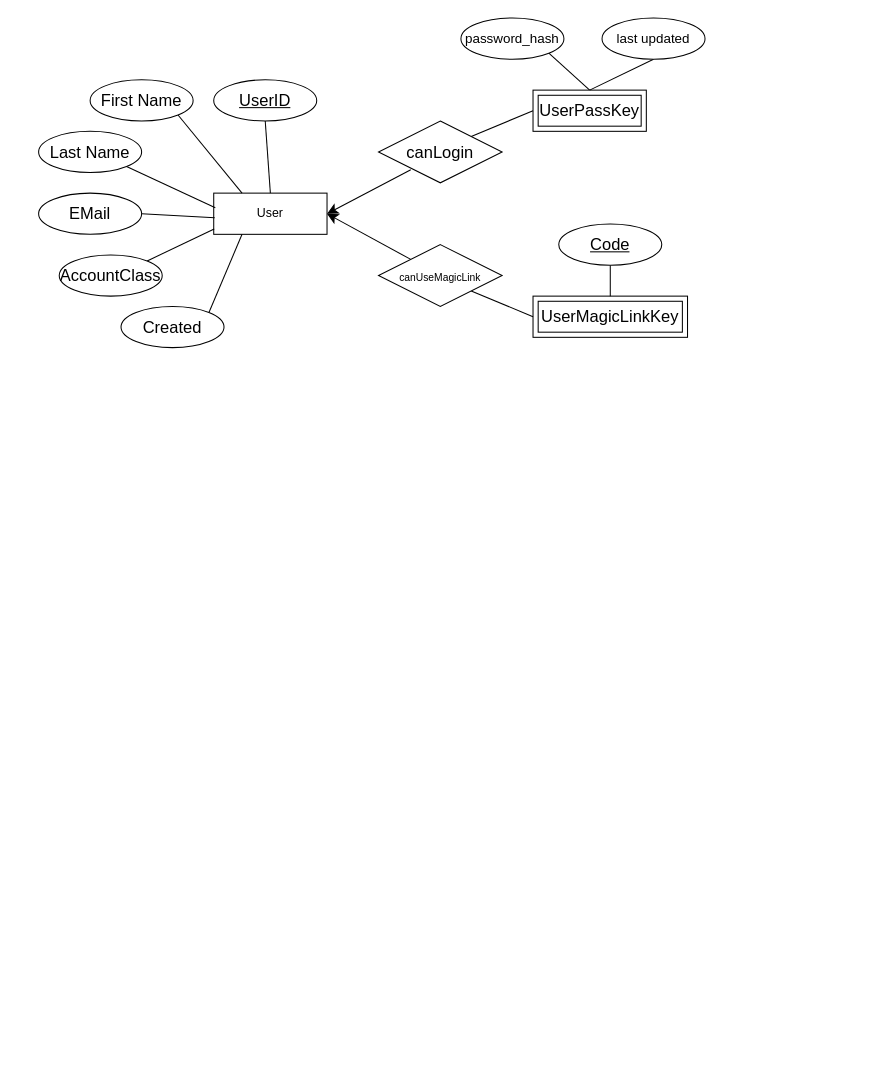
Above: er.drawio in Bloeckchengrafik/School-Ticket-System (draw.io), before the change. Source tidied: cells renumbered, new cells numbered last; positions are measured from the earlier drawing's top-left corner, leaving out a move shared by most shapes. Both pictures are drawn from the tidied source at 103%, with x=0, y=0 at pixel (38, 18).
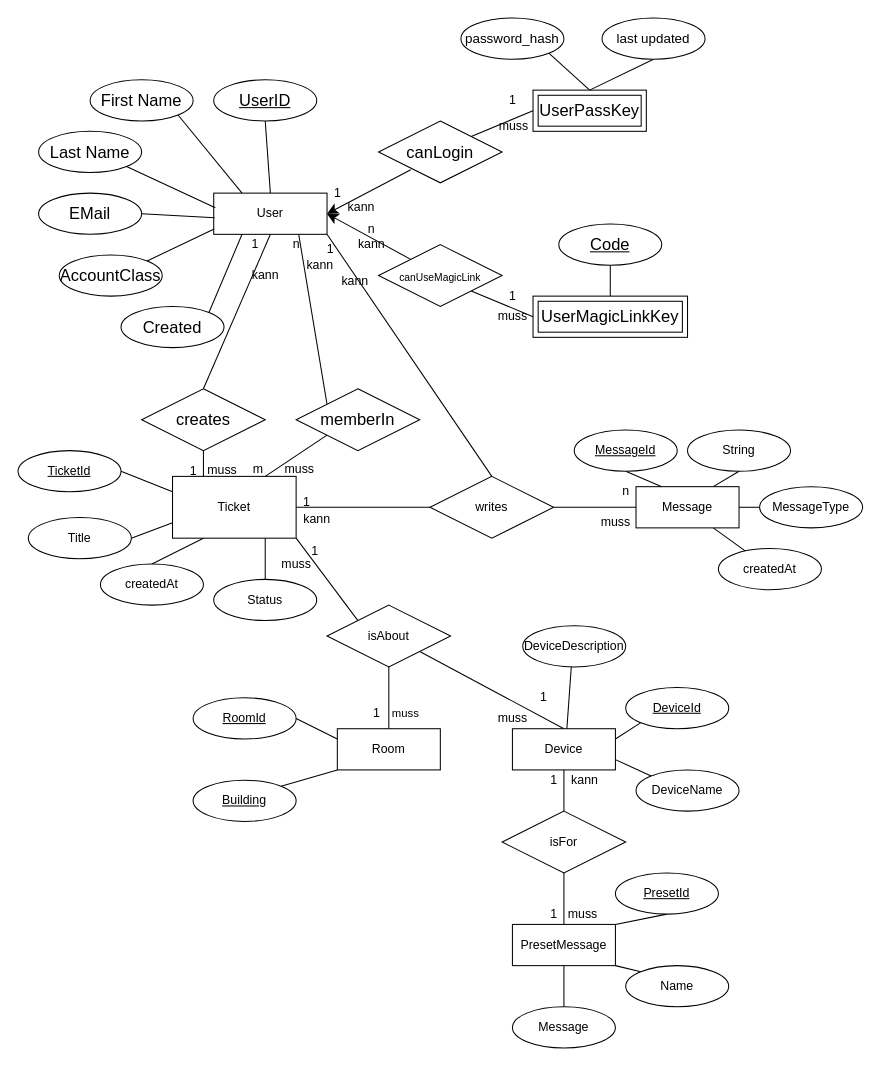
The same page after the edit.

The change refers to these unchanged cells:
```xml
<mxCell id="2" value="User" style="rounded=0;whiteSpace=wrap;html=1;" parent="1" vertex="1">
  <mxGeometry x="170" y="170" width="110" height="40" as="geometry" />
</mxCell>
```

The edit, as a diff of the source:
```diff
@@
+    <mxCell id="29" style="edgeStyle=none;rounded=0;jettySize=auto;html=1;exitX=0.5;exitY=1;exitDx=0;exitDy=0;entryX=0.5;entryY=0;entryDx=0;entryDy=0;endArrow=none;endFill=0;" parent="1" edge="1" source="2" target="44">
+      <mxGeometry relative="1" as="geometry" />
+    </mxCell>
+    <mxCell id="30" style="edgeStyle=none;rounded=0;jettySize=auto;html=1;exitX=0.75;exitY=1;exitDx=0;exitDy=0;entryX=0;entryY=0;entryDx=0;entryDy=0;endArrow=none;endFill=0;" parent="1" edge="1" source="2" target="46">
+      <mxGeometry relative="1" as="geometry" />
+    </mxCell>
+    <mxCell id="31" style="edgeStyle=none;rounded=0;jettySize=auto;html=1;exitX=1;exitY=1;exitDx=0;exitDy=0;entryX=0.5;entryY=0;entryDx=0;entryDy=0;endArrow=none;endFill=0;" parent="1" edge="1" source="2" target="48">
+      <mxGeometry relative="1" as="geometry" />
+    </mxCell>
@@
+    <mxCell id="32" style="edgeStyle=none;rounded=0;jettySize=auto;html=1;exitX=1;exitY=0.5;exitDx=0;exitDy=0;entryX=0;entryY=0.5;entryDx=0;entryDy=0;endArrow=none;endFill=0;" parent="1" edge="1" source="34" target="48">
+      <mxGeometry relative="1" as="geometry" />
+    </mxCell>
+    <mxCell id="33" style="edgeStyle=none;rounded=0;jettySize=auto;html=1;exitX=1;exitY=1;exitDx=0;exitDy=0;entryX=0;entryY=0;entryDx=0;entryDy=0;endArrow=none;endFill=0;" parent="1" edge="1" source="34" target="60">
+      <mxGeometry relative="1" as="geometry" />
+    </mxCell>
+    <mxCell id="34" value="Ticket" style="rounded=0;whiteSpace=wrap;html=1;" parent="1" vertex="1">
+      <mxGeometry x="130" y="445" width="120" height="60" as="geometry" />
+    </mxCell>
+    <mxCell id="35" style="rounded=0;jettySize=auto;html=1;exitX=1;exitY=0.5;exitDx=0;exitDy=0;entryX=0;entryY=0.25;entryDx=0;entryDy=0;endArrow=none;endFill=0;" parent="1" edge="1" source="36" target="34">
+      <mxGeometry relative="1" as="geometry" />
+    </mxCell>
+    <mxCell id="36" value="TicketId" style="ellipse;whiteSpace=wrap;html=1;align=center;fontStyle=4;" parent="1" vertex="1">
+      <mxGeometry x="-20" y="420" width="100" height="40" as="geometry" />
+    </mxCell>
+    <mxCell id="37" style="edgeStyle=none;rounded=0;jettySize=auto;html=1;exitX=1;exitY=0.5;exitDx=0;exitDy=0;entryX=0;entryY=0.75;entryDx=0;entryDy=0;endArrow=none;endFill=0;" parent="1" edge="1" source="38" target="34">
+      <mxGeometry relative="1" as="geometry" />
+    </mxCell>
+    <mxCell id="38" value="Title" style="ellipse;whiteSpace=wrap;html=1;align=center;" parent="1" vertex="1">
+      <mxGeometry x="-10" y="485" width="100" height="40" as="geometry" />
+    </mxCell>
+    <mxCell id="39" style="edgeStyle=none;rounded=0;jettySize=auto;html=1;exitX=0.5;exitY=0;exitDx=0;exitDy=0;entryX=0.25;entryY=1;entryDx=0;entryDy=0;endArrow=none;endFill=0;" parent="1" edge="1" source="40" target="34">
+      <mxGeometry relative="1" as="geometry" />
+    </mxCell>
+    <mxCell id="40" value="createdAt" style="ellipse;whiteSpace=wrap;html=1;align=center;" parent="1" vertex="1">
+      <mxGeometry x="60" y="530" width="100" height="40" as="geometry" />
+    </mxCell>
+    <mxCell id="41" style="edgeStyle=none;rounded=0;jettySize=auto;html=1;exitX=0.5;exitY=0;exitDx=0;exitDy=0;entryX=0.75;entryY=1;entryDx=0;entryDy=0;endArrow=none;endFill=0;" parent="1" edge="1" source="42" target="34">
+      <mxGeometry relative="1" as="geometry" />
+    </mxCell>
+    <mxCell id="42" value="Status" style="ellipse;whiteSpace=wrap;html=1;align=center;" parent="1" vertex="1">
+      <mxGeometry x="170" y="545" width="100" height="40" as="geometry" />
+    </mxCell>
+    <mxCell id="43" style="edgeStyle=none;rounded=0;jettySize=auto;html=1;exitX=0.5;exitY=1;exitDx=0;exitDy=0;entryX=0.25;entryY=0;entryDx=0;entryDy=0;endArrow=none;endFill=0;" parent="1" edge="1" source="44" target="34">
+      <mxGeometry relative="1" as="geometry" />
+    </mxCell>
+    <mxCell id="44" value="creates" style="shape=rhombus;perimeter=rhombusPerimeter;whiteSpace=wrap;html=1;align=center;fontSize=16;" parent="1" vertex="1">
+      <mxGeometry x="100" y="360" width="120" height="60" as="geometry" />
+    </mxCell>
+    <mxCell id="45" style="edgeStyle=none;rounded=0;jettySize=auto;html=1;exitX=0;exitY=1;exitDx=0;exitDy=0;entryX=0.75;entryY=0;entryDx=0;entryDy=0;endArrow=none;endFill=0;" parent="1" edge="1" source="46" target="34">
+      <mxGeometry relative="1" as="geometry" />
+    </mxCell>
+    <mxCell id="46" value="memberIn" style="shape=rhombus;perimeter=rhombusPerimeter;whiteSpace=wrap;html=1;align=center;fontSize=16;" parent="1" vertex="1">
+      <mxGeometry x="250" y="360" width="120" height="60" as="geometry" />
+    </mxCell>
+    <mxCell id="47" style="edgeStyle=none;rounded=0;jettySize=auto;html=1;exitX=1;exitY=0.5;exitDx=0;exitDy=0;entryX=0;entryY=0.5;entryDx=0;entryDy=0;endArrow=none;endFill=0;" parent="1" edge="1" source="48" target="52">
+      <mxGeometry relative="1" as="geometry" />
+    </mxCell>
+    <mxCell id="48" value="writes" style="shape=rhombus;perimeter=rhombusPerimeter;whiteSpace=wrap;html=1;align=center;" parent="1" vertex="1">
+      <mxGeometry x="380" y="445" width="120" height="60" as="geometry" />
+    </mxCell>
+    <mxCell id="49" style="edgeStyle=none;rounded=0;jettySize=auto;html=1;exitX=0.75;exitY=0;exitDx=0;exitDy=0;entryX=0.5;entryY=1;entryDx=0;entryDy=0;endArrow=none;endFill=0;" parent="1" edge="1" source="52" target="55">
+      <mxGeometry relative="1" as="geometry" />
+    </mxCell>
+    <mxCell id="50" style="edgeStyle=none;rounded=0;jettySize=auto;html=1;exitX=1;exitY=0.5;exitDx=0;exitDy=0;entryX=0;entryY=0.5;entryDx=0;entryDy=0;endArrow=none;endFill=0;" parent="1" edge="1" source="52" target="56">
+      <mxGeometry relative="1" as="geometry" />
+    </mxCell>
+    <mxCell id="51" style="rounded=0;jettySize=auto;html=1;exitX=0.75;exitY=1;exitDx=0;exitDy=0;entryX=0.31;entryY=0.15;entryDx=0;entryDy=0;entryPerimeter=0;endArrow=none;endFill=0;" parent="1" edge="1" source="52" target="115">
+      <mxGeometry relative="1" as="geometry" />
+    </mxCell>
+    <mxCell id="52" value="Message" style="whiteSpace=wrap;html=1;align=center;" parent="1" vertex="1">
+      <mxGeometry x="580" y="455" width="100" height="40" as="geometry" />
+    </mxCell>
+    <mxCell id="53" style="edgeStyle=none;rounded=0;jettySize=auto;html=1;exitX=0.5;exitY=1;exitDx=0;exitDy=0;entryX=0.25;entryY=0;entryDx=0;entryDy=0;endArrow=none;endFill=0;" parent="1" edge="1" source="54" target="52">
+      <mxGeometry relative="1" as="geometry" />
+    </mxCell>
+    <mxCell id="54" value="MessageId" style="ellipse;whiteSpace=wrap;html=1;align=center;fontStyle=4;" parent="1" vertex="1">
+      <mxGeometry x="520" y="400" width="100" height="40" as="geometry" />
+    </mxCell>
+    <mxCell id="55" value="String" style="ellipse;whiteSpace=wrap;html=1;align=center;" parent="1" vertex="1">
+      <mxGeometry x="630" y="400" width="100" height="40" as="geometry" />
+    </mxCell>
+    <mxCell id="56" value="MessageType" style="ellipse;whiteSpace=wrap;html=1;align=center;" parent="1" vertex="1">
+      <mxGeometry x="700" y="455" width="100" height="40" as="geometry" />
+    </mxCell>
+    <mxCell id="57" style="edgeStyle=none;rounded=0;jettySize=auto;html=1;exitX=0.5;exitY=1;exitDx=0;exitDy=0;entryX=0.5;entryY=0;entryDx=0;entryDy=0;endArrow=none;endFill=0;" parent="1" edge="1" source="60" target="63">
+      <mxGeometry relative="1" as="geometry" />
+    </mxCell>
+    <mxCell id="58" value="muss" style="edgeLabel;html=1;align=center;verticalAlign=middle;" parent="57" vertex="1">
+      <mxGeometry x="0.45" y="5" relative="1" as="geometry">
+        <mxPoint x="10" as="offset" />
+      </mxGeometry>
+    </mxCell>
+    <mxCell id="59" style="edgeStyle=none;rounded=0;jettySize=auto;html=1;exitX=1;exitY=1;exitDx=0;exitDy=0;entryX=0.5;entryY=0;entryDx=0;entryDy=0;endArrow=none;endFill=0;" parent="1" edge="1" source="60" target="70">
+      <mxGeometry relative="1" as="geometry" />
+    </mxCell>
+    <mxCell id="60" value="isAbout" style="shape=rhombus;perimeter=rhombusPerimeter;whiteSpace=wrap;html=1;align=center;" parent="1" vertex="1">
+      <mxGeometry x="280" y="570" width="120" height="60" as="geometry" />
+    </mxCell>
+    <mxCell id="61" style="edgeStyle=none;rounded=0;jettySize=auto;html=1;exitX=0;exitY=1;exitDx=0;exitDy=0;entryX=1;entryY=0;entryDx=0;entryDy=0;endArrow=none;endFill=0;" parent="1" edge="1" source="63" target="65">
+      <mxGeometry relative="1" as="geometry" />
+    </mxCell>
+    <mxCell id="62" style="edgeStyle=none;rounded=0;jettySize=auto;html=1;exitX=0;exitY=0.25;exitDx=0;exitDy=0;entryX=1;entryY=0.5;entryDx=0;entryDy=0;endArrow=none;endFill=0;" parent="1" edge="1" source="63" target="64">
+      <mxGeometry relative="1" as="geometry" />
+    </mxCell>
+    <mxCell id="63" value="Room" style="whiteSpace=wrap;html=1;align=center;" parent="1" vertex="1">
+      <mxGeometry x="290" y="690" width="100" height="40" as="geometry" />
+    </mxCell>
+    <mxCell id="64" value="RoomId" style="ellipse;whiteSpace=wrap;html=1;align=center;fontStyle=4;" parent="1" vertex="1">
+      <mxGeometry x="150" y="660" width="100" height="40" as="geometry" />
+    </mxCell>
+    <mxCell id="65" value="Building" style="ellipse;whiteSpace=wrap;html=1;align=center;fontStyle=4;" parent="1" vertex="1">
+      <mxGeometry x="150" y="740" width="100" height="40" as="geometry" />
+    </mxCell>
+    <mxCell id="66" style="edgeStyle=none;rounded=0;jettySize=auto;html=1;exitX=0.5;exitY=1;exitDx=0;exitDy=0;entryX=0.5;entryY=0;entryDx=0;entryDy=0;endArrow=none;endFill=0;" parent="1" edge="1" source="70" target="73">
+      <mxGeometry relative="1" as="geometry" />
+    </mxCell>
+    <mxCell id="67" style="edgeStyle=none;rounded=0;jettySize=auto;html=1;exitX=1;exitY=0.75;exitDx=0;exitDy=0;entryX=0;entryY=0;entryDx=0;entryDy=0;endArrow=none;endFill=0;" parent="1" edge="1" source="70" target="72">
+      <mxGeometry relative="1" as="geometry" />
+    </mxCell>
+    <mxCell id="68" style="edgeStyle=none;rounded=0;jettySize=auto;html=1;exitX=1;exitY=0.25;exitDx=0;exitDy=0;entryX=0;entryY=1;entryDx=0;entryDy=0;endArrow=none;endFill=0;" parent="1" edge="1" source="70" target="71">
+      <mxGeometry relative="1" as="geometry" />
+    </mxCell>
+    <mxCell id="69" style="edgeStyle=none;rounded=0;jettySize=auto;html=1;exitX=0.5;exitY=1;exitDx=0;exitDy=0;entryX=0.5;entryY=0;entryDx=0;entryDy=0;endArrow=none;endFill=0;" parent="1" edge="1" source="70" target="79">
+      <mxGeometry relative="1" as="geometry" />
+    </mxCell>
+    <mxCell id="70" value="Device" style="whiteSpace=wrap;html=1;align=center;" parent="1" vertex="1">
+      <mxGeometry x="460" y="690" width="100" height="40" as="geometry" />
+    </mxCell>
+    <mxCell id="71" value="DeviceId" style="ellipse;whiteSpace=wrap;html=1;align=center;fontStyle=4;" parent="1" vertex="1">
+      <mxGeometry x="570" y="650" width="100" height="40" as="geometry" />
+    </mxCell>
+    <mxCell id="72" value="DeviceName" style="ellipse;whiteSpace=wrap;html=1;align=center;" parent="1" vertex="1">
+      <mxGeometry x="580" y="730" width="100" height="40" as="geometry" />
+    </mxCell>
+    <mxCell id="73" value="DeviceDescription" style="ellipse;whiteSpace=wrap;html=1;align=center;" parent="1" vertex="1">
+      <mxGeometry x="470" y="590" width="100" height="40" as="geometry" />
+    </mxCell>
+    <mxCell id="74" style="edgeStyle=none;rounded=0;jettySize=auto;html=1;exitX=1;exitY=0;exitDx=0;exitDy=0;entryX=0.5;entryY=1;entryDx=0;entryDy=0;endArrow=none;endFill=0;" parent="1" edge="1" source="77" target="80">
+      <mxGeometry relative="1" as="geometry" />
+    </mxCell>
+    <mxCell id="75" style="edgeStyle=none;rounded=0;jettySize=auto;html=1;exitX=1;exitY=1;exitDx=0;exitDy=0;entryX=0;entryY=0;entryDx=0;entryDy=0;endArrow=none;endFill=0;" parent="1" edge="1" source="77" target="81">
+      <mxGeometry relative="1" as="geometry" />
+    </mxCell>
+    <mxCell id="76" style="edgeStyle=none;rounded=0;jettySize=auto;html=1;exitX=0.5;exitY=1;exitDx=0;exitDy=0;entryX=0.5;entryY=0;entryDx=0;entryDy=0;endArrow=none;endFill=0;" parent="1" edge="1" source="77" target="82">
+      <mxGeometry relative="1" as="geometry" />
+    </mxCell>
+    <mxCell id="77" value="PresetMessage" style="whiteSpace=wrap;html=1;align=center;" parent="1" vertex="1">
+      <mxGeometry x="460" y="880" width="100" height="40" as="geometry" />
+    </mxCell>
+    <mxCell id="78" style="edgeStyle=none;rounded=0;jettySize=auto;html=1;exitX=0.5;exitY=1;exitDx=0;exitDy=0;entryX=0.5;entryY=0;entryDx=0;entryDy=0;endArrow=none;endFill=0;" parent="1" edge="1" source="79" target="77">
+      <mxGeometry relative="1" as="geometry" />
+    </mxCell>
+    <mxCell id="79" value="isFor" style="shape=rhombus;perimeter=rhombusPerimeter;whiteSpace=wrap;html=1;align=center;" parent="1" vertex="1">
+      <mxGeometry x="450" y="770" width="120" height="60" as="geometry" />
+    </mxCell>
+    <mxCell id="80" value="PresetId" style="ellipse;whiteSpace=wrap;html=1;align=center;fontStyle=4;" parent="1" vertex="1">
+      <mxGeometry x="560" y="830" width="100" height="40" as="geometry" />
+    </mxCell>
+    <mxCell id="81" value="Name" style="ellipse;whiteSpace=wrap;html=1;align=center;" parent="1" vertex="1">
+      <mxGeometry x="570" y="920" width="100" height="40" as="geometry" />
+    </mxCell>
+    <mxCell id="82" value="Message" style="ellipse;whiteSpace=wrap;html=1;align=center;" parent="1" vertex="1">
+      <mxGeometry x="460" y="960" width="100" height="40" as="geometry" />
+    </mxCell>
+    <mxCell id="83" value="1" style="text;html=1;align=center;verticalAlign=middle;strokeColor=none;fillColor=none;" parent="1" vertex="1">
+      <mxGeometry x="275" y="155" width="30" height="30" as="geometry" />
+    </mxCell>
+    <mxCell id="84" value="1" style="text;html=1;align=center;verticalAlign=middle;strokeColor=none;fillColor=none;" parent="1" vertex="1">
+      <mxGeometry x="445" y="65" width="30" height="30" as="geometry" />
+    </mxCell>
+    <mxCell id="85" value="kann" style="text;html=1;align=center;verticalAlign=middle;strokeColor=none;fillColor=none;" parent="1" vertex="1">
+      <mxGeometry x="288" y="169" width="50" height="30" as="geometry" />
+    </mxCell>
+    <mxCell id="86" value="muss" style="text;html=1;align=center;verticalAlign=middle;strokeColor=none;fillColor=none;" parent="1" vertex="1">
+      <mxGeometry x="436" y="90" width="50" height="30" as="geometry" />
+    </mxCell>
+    <mxCell id="87" value="n" style="text;html=1;align=center;verticalAlign=middle;strokeColor=none;fillColor=none;" parent="1" vertex="1">
+      <mxGeometry x="308" y="190" width="30" height="30" as="geometry" />
+    </mxCell>
+    <mxCell id="88" value="kann" style="text;html=1;align=center;verticalAlign=middle;strokeColor=none;fillColor=none;" parent="1" vertex="1">
+      <mxGeometry x="298" y="205" width="50" height="30" as="geometry" />
+    </mxCell>
+    <mxCell id="89" value="1" style="text;html=1;align=center;verticalAlign=middle;strokeColor=none;fillColor=none;" parent="1" vertex="1">
+      <mxGeometry x="445" y="255" width="30" height="30" as="geometry" />
+    </mxCell>
+    <mxCell id="90" value="muss" style="text;html=1;align=center;verticalAlign=middle;strokeColor=none;fillColor=none;" parent="1" vertex="1">
+      <mxGeometry x="435" y="275" width="50" height="30" as="geometry" />
+    </mxCell>
+    <mxCell id="91" value="1" style="text;html=1;align=center;verticalAlign=middle;strokeColor=none;fillColor=none;" parent="1" vertex="1">
+      <mxGeometry x="195" y="205" width="30" height="30" as="geometry" />
+    </mxCell>
+    <mxCell id="92" value="kann" style="text;html=1;align=center;verticalAlign=middle;strokeColor=none;fillColor=none;" parent="1" vertex="1">
+      <mxGeometry x="195" y="235" width="50" height="30" as="geometry" />
+    </mxCell>
+    <mxCell id="93" value="n" style="text;html=1;align=center;verticalAlign=middle;strokeColor=none;fillColor=none;" parent="1" vertex="1">
+      <mxGeometry x="235" y="205" width="30" height="30" as="geometry" />
+    </mxCell>
+    <mxCell id="94" value="kann" style="text;html=1;align=center;verticalAlign=middle;strokeColor=none;fillColor=none;" parent="1" vertex="1">
+      <mxGeometry x="248" y="225" width="50" height="30" as="geometry" />
+    </mxCell>
+    <mxCell id="95" value="1" style="text;html=1;align=center;verticalAlign=middle;strokeColor=none;fillColor=none;" parent="1" vertex="1">
+      <mxGeometry x="268" y="210" width="30" height="30" as="geometry" />
+    </mxCell>
+    <mxCell id="96" value="kann" style="text;html=1;align=center;verticalAlign=middle;strokeColor=none;fillColor=none;" parent="1" vertex="1">
+      <mxGeometry x="282" y="241" width="50" height="30" as="geometry" />
+    </mxCell>
+    <mxCell id="97" value="1" style="text;html=1;align=center;verticalAlign=middle;strokeColor=none;fillColor=none;" parent="1" vertex="1">
+      <mxGeometry x="135" y="425" width="30" height="30" as="geometry" />
+    </mxCell>
+    <mxCell id="98" value="muss" style="text;html=1;align=center;verticalAlign=middle;strokeColor=none;fillColor=none;" parent="1" vertex="1">
+      <mxGeometry x="153" y="424" width="50" height="30" as="geometry" />
+    </mxCell>
+    <mxCell id="99" value="m" style="text;html=1;align=center;verticalAlign=middle;strokeColor=none;fillColor=none;" parent="1" vertex="1">
+      <mxGeometry x="198" y="423" width="30" height="30" as="geometry" />
+    </mxCell>
+    <mxCell id="100" value="muss" style="text;html=1;align=center;verticalAlign=middle;strokeColor=none;fillColor=none;" parent="1" vertex="1">
+      <mxGeometry x="228" y="423" width="50" height="30" as="geometry" />
+    </mxCell>
+    <mxCell id="101" value="1" style="text;html=1;align=center;verticalAlign=middle;strokeColor=none;fillColor=none;" parent="1" vertex="1">
+      <mxGeometry x="245" y="455" width="30" height="30" as="geometry" />
+    </mxCell>
+    <mxCell id="102" value="n" style="text;html=1;align=center;verticalAlign=middle;strokeColor=none;fillColor=none;" parent="1" vertex="1">
+      <mxGeometry x="555" y="445" width="30" height="30" as="geometry" />
+    </mxCell>
+    <mxCell id="103" value="muss" style="text;html=1;align=center;verticalAlign=middle;strokeColor=none;fillColor=none;" parent="1" vertex="1">
+      <mxGeometry x="535" y="475" width="50" height="30" as="geometry" />
+    </mxCell>
+    <mxCell id="104" value="kann" style="text;html=1;align=center;verticalAlign=middle;strokeColor=none;fillColor=none;" parent="1" vertex="1">
+      <mxGeometry x="245" y="472" width="50" height="30" as="geometry" />
+    </mxCell>
+    <mxCell id="105" value="1" style="text;html=1;align=center;verticalAlign=middle;strokeColor=none;fillColor=none;" parent="1" vertex="1">
+      <mxGeometry x="253" y="503" width="30" height="30" as="geometry" />
+    </mxCell>
+    <mxCell id="106" value="muss" style="text;html=1;align=center;verticalAlign=middle;strokeColor=none;fillColor=none;" parent="1" vertex="1">
+      <mxGeometry x="225" y="515" width="50" height="30" as="geometry" />
+    </mxCell>
+    <mxCell id="107" style="edgeStyle=none;rounded=0;jettySize=auto;html=1;endArrow=none;endFill=0;" parent="1" edge="1" source="108" target="63">
+      <mxGeometry relative="1" as="geometry" />
+    </mxCell>
+    <mxCell id="108" value="1" style="text;html=1;align=center;verticalAlign=middle;points=[];strokeColor=none;fillColor=none;" parent="1" vertex="1">
+      <mxGeometry x="313" y="660" width="30" height="30" as="geometry" />
+    </mxCell>
+    <mxCell id="109" value="1" style="text;html=1;align=center;verticalAlign=middle;strokeColor=none;fillColor=none;" parent="1" vertex="1">
+      <mxGeometry x="475" y="645" width="30" height="30" as="geometry" />
+    </mxCell>
+    <mxCell id="110" value="muss" style="text;html=1;align=center;verticalAlign=middle;strokeColor=none;fillColor=none;" parent="1" vertex="1">
+      <mxGeometry x="435" y="665" width="50" height="30" as="geometry" />
+    </mxCell>
+    <mxCell id="111" value="1" style="text;html=1;align=center;verticalAlign=middle;strokeColor=none;fillColor=none;" parent="1" vertex="1">
+      <mxGeometry x="485" y="725" width="30" height="30" as="geometry" />
+    </mxCell>
+    <mxCell id="112" value="kann" style="text;html=1;align=center;verticalAlign=middle;strokeColor=none;fillColor=none;" parent="1" vertex="1">
+      <mxGeometry x="505" y="725" width="50" height="30" as="geometry" />
+    </mxCell>
+    <mxCell id="113" value="1" style="text;html=1;align=center;verticalAlign=middle;strokeColor=none;fillColor=none;" parent="1" vertex="1">
+      <mxGeometry x="485" y="855" width="30" height="30" as="geometry" />
+    </mxCell>
+    <mxCell id="114" value="muss" style="text;html=1;align=center;verticalAlign=middle;strokeColor=none;fillColor=none;" parent="1" vertex="1">
+      <mxGeometry x="503" y="855" width="50" height="30" as="geometry" />
+    </mxCell>
+    <mxCell id="115" value="createdAt" style="ellipse;whiteSpace=wrap;html=1;align=center;" parent="1" vertex="1">
+      <mxGeometry x="660" y="515" width="100" height="40" as="geometry" />
+    </mxCell>
```
